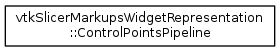
jamesobutler/apidocs.slicer.org keeps this Graphviz diagram as master/inherit_graph_162.png. Above is the earlier version. Its source is kept beside it as master/inherit_graph_162.dot. Its diagram source:
```dot
digraph "Graphical Class Hierarchy"
{
  bgcolor="transparent";
  edge [fontname="Helvetica",fontsize="10",labelfontname="Helvetica",labelfontsize="10"];
  node [fontname="Helvetica",fontsize="10",shape=record];
  rankdir="LR";
  Node0 [label="vtkSlicerMarkupsWidgetRepresentation\l::ControlPointsPipeline",height=0.2,width=0.4,color="black",URL="$classvtkSlicerMarkupsWidgetRepresentation_1_1ControlPointsPipeline.html"];
}
```
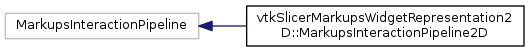
The same file after the commit.

Diff of the diagram source:
```diff
@@ -4,5 +4,7 @@
   edge [fontname="Helvetica",fontsize="10",labelfontname="Helvetica",labelfontsize="10"];
   node [fontname="Helvetica",fontsize="10",shape=record];
   rankdir="LR";
-  Node0 [label="vtkSlicerMarkupsWidgetRepresentation\l::ControlPointsPipeline",height=0.2,width=0.4,color="black",URL="$classvtkSlicerMarkupsWidgetRepresentation_1_1ControlPointsPipeline.html"];
+  Node914 [label="MarkupsInteractionPipeline",height=0.2,width=0.4,color="grey75"];
+  Node914 -> Node0 [dir="back",color="midnightblue",fontsize="10",style="solid",fontname="Helvetica"];
+  Node0 [label="vtkSlicerMarkupsWidgetRepresentation2\lD::MarkupsInteractionPipeline2D",height=0.2,width=0.4,color="black",URL="$classvtkSlicerMarkupsWidgetRepresentation2D_1_1MarkupsInteractionPipeline2D.html"];
 }
```
